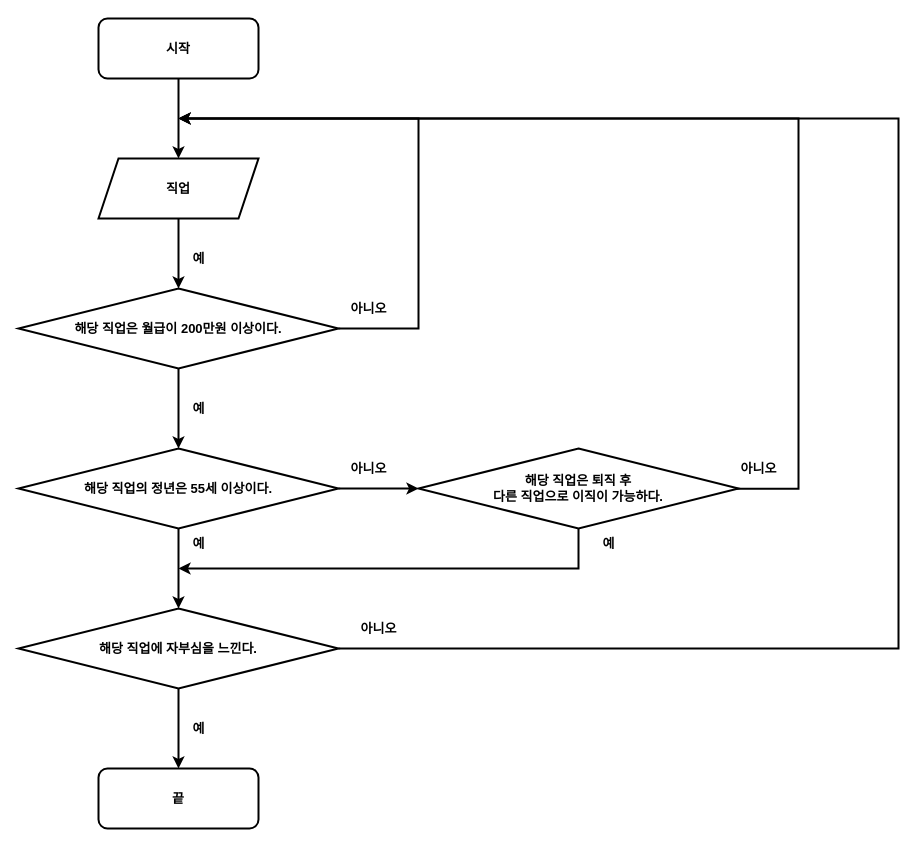
mindychoi/WEB keeps this draw.io diagram as Untitled Diagram.drawio. Above is the earlier version. Source tidied: cells renumbered, new cells numbered last; positions are measured from the earlier drawing's top-left corner, leaving out a move shared by most shapes. Both pictures are drawn from the tidied source at 100%, with x=0, y=0 at pixel (18, 18).
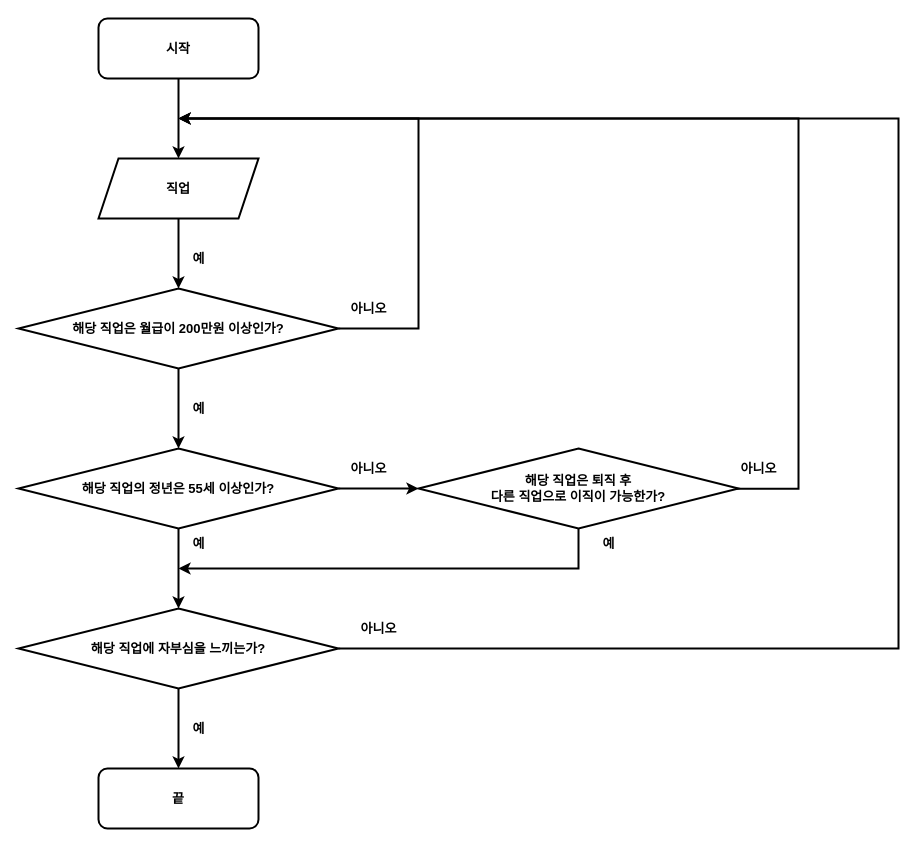
The same page after the edit.

Change to the diagram source:
```diff
@@
-    <mxCell id="8" value="&lt;span style=&quot;font-size: 13px;&quot;&gt;해당 직업은 월급이 200만원 이상이다.&lt;/span&gt;" style="rhombus;whiteSpace=wrap;html=1;rounded=0;strokeWidth=2;fontStyle=1;fontSize=13;" parent="1" vertex="1">
+    <mxCell id="8" value="&lt;span style=&quot;font-size: 13px;&quot;&gt;해당 직업은 월급이 200만원 이상인가?&lt;/span&gt;" style="rhombus;whiteSpace=wrap;html=1;rounded=0;strokeWidth=2;fontStyle=1;fontSize=13;" parent="1" vertex="1">
       <mxGeometry y="270" width="320" height="80" as="geometry" />
     </mxCell>
@@
-    <mxCell id="11" value="&lt;span style=&quot;font-size: 13px;&quot;&gt;해당 직업의 정년은 55세 이상이다.&lt;/span&gt;" style="rhombus;whiteSpace=wrap;html=1;rounded=0;strokeWidth=2;fontStyle=1;fontSize=13;" parent="1" vertex="1">
+    <mxCell id="11" value="&lt;span style=&quot;font-size: 13px;&quot;&gt;해당 직업의 정년은 55세 이상인가?&lt;/span&gt;" style="rhombus;whiteSpace=wrap;html=1;rounded=0;strokeWidth=2;fontStyle=1;fontSize=13;" parent="1" vertex="1">
       <mxGeometry y="430" width="320" height="80" as="geometry" />
     </mxCell>
-    <mxCell id="12" value="해당 직업은 퇴직 후&lt;br&gt;다른 직업으로 이직이 가능하다." style="rhombus;whiteSpace=wrap;html=1;rounded=0;strokeWidth=2;fontStyle=1;fontSize=13;" parent="1" vertex="1">
+    <mxCell id="12" value="해당 직업은 퇴직 후&lt;br&gt;다른 직업으로 이직이 가능한가?" style="rhombus;whiteSpace=wrap;html=1;rounded=0;strokeWidth=2;fontStyle=1;fontSize=13;" parent="1" vertex="1">
       <mxGeometry x="400" y="430" width="320" height="80" as="geometry" />
     </mxCell>
-    <mxCell id="13" value="해당 직업에 자부심을 느낀다." style="rhombus;whiteSpace=wrap;html=1;rounded=0;strokeWidth=2;fontStyle=1;fontSize=13;" parent="1" vertex="1">
+    <mxCell id="13" value="해당 직업에 자부심을 느끼는가?" style="rhombus;whiteSpace=wrap;html=1;rounded=0;strokeWidth=2;fontStyle=1;fontSize=13;" parent="1" vertex="1">
       <mxGeometry y="590" width="320" height="80" as="geometry" />
     </mxCell>
```
